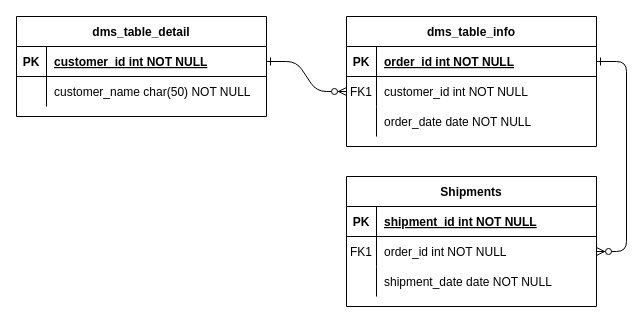
This is 未命名绘图.drawio from gzxwater/drawio, a draw.io file, before an edit. Source tidied: cells renumbered, new cells numbered last; positions are measured from the earlier drawing's top-left corner, leaving out a move shared by most shapes. Both pictures are drawn from the tidied source at 100%, with x=0, y=0 at pixel (16, 16).
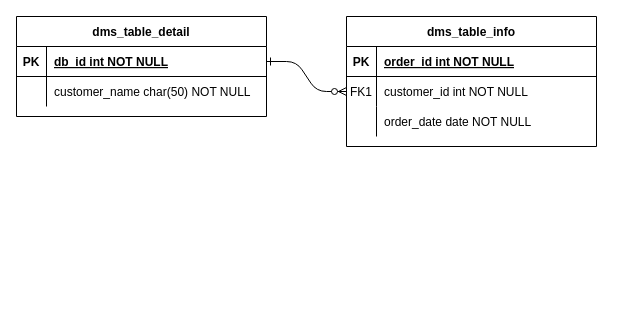
Above is the later version.

Commit message:
更新未命名绘图.drawio

The change refers to these unchanged cells:
```xml
<mxCell id="5" style="shape=partialRectangle;fillColor=none;points=[[0,0.5],[1,0.5]];portConstraint=eastwest;top=0;left=0;right=0;bottom=1;" parent="4" vertex="1">
  <mxGeometry y="30" width="250" height="30" as="geometry" />
</mxCell>
<mxCell id="25" style="shape=partialRectangle;fillColor=none;points=[[0,0.5],[1,0.5]];portConstraint=eastwest;top=0;left=0;right=0;bottom=1;" parent="24" vertex="1">
  <mxGeometry y="30" width="250" height="30" as="geometry" />
</mxCell>
```

Change to the diagram source:
```diff
@@
-    <mxCell id="3" style="edgeStyle=entityRelationEdgeStyle;endArrow=ERzeroToMany;startArrow=ERone;endFill=1;startFill=0;" parent="1" edge="1" source="5" target="18">
-      <mxGeometry relative="1" as="geometry" />
-    </mxCell>
@@
-    <mxCell id="14" value="Shipments" style="shape=table;startSize=30;childLayout=tableLayout;rowLines=0;fontStyle=1;align=center;" parent="1" vertex="1">
-      <mxGeometry x="330" y="160" width="250" height="130" as="geometry" />
-    </mxCell>
-    <mxCell id="15" style="shape=partialRectangle;fillColor=none;top=0;left=0;right=0;bottom=1;" parent="14" vertex="1">
-      <mxGeometry y="30" width="250" height="30" as="geometry" />
-    </mxCell>
-    <mxCell id="16" value="PK" style="shape=partialRectangle;overflow=hidden;fillColor=none;top=0;left=0;bottom=0;right=0;fontStyle=1;" parent="15" vertex="1">
-      <mxGeometry width="30" height="30" as="geometry" />
-    </mxCell>
-    <mxCell id="17" value="shipment_id int NOT NULL " style="shape=partialRectangle;overflow=hidden;fillColor=none;top=0;left=0;bottom=0;right=0;align=left;spacingLeft=6;fontStyle=5;" parent="15" vertex="1">
-      <mxGeometry x="30" width="220" height="30" as="geometry" />
-    </mxCell>
-    <mxCell id="18" style="shape=partialRectangle;fillColor=none;points=[[0,0.5],[1,0.5]];portConstraint=eastwest;top=0;left=0;right=0;bottom=0;" parent="14" vertex="1">
-      <mxGeometry y="60" width="250" height="30" as="geometry" />
-    </mxCell>
-    <mxCell id="19" value="FK1" style="shape=partialRectangle;overflow=hidden;fillColor=none;top=0;left=0;bottom=0;right=0;" parent="18" vertex="1">
-      <mxGeometry width="30" height="30" as="geometry" />
-    </mxCell>
-    <mxCell id="20" value="order_id int NOT NULL" style="shape=partialRectangle;overflow=hidden;fillColor=none;top=0;left=0;bottom=0;right=0;align=left;spacingLeft=6;" parent="18" vertex="1">
-      <mxGeometry x="30" width="220" height="30" as="geometry" />
-    </mxCell>
-    <mxCell id="21" style="shape=partialRectangle;fillColor=none;top=0;left=0;right=0;bottom=0;" parent="14" vertex="1">
-      <mxGeometry y="90" width="250" height="30" as="geometry" />
-    </mxCell>
-    <mxCell id="22" style="shape=partialRectangle;overflow=hidden;fillColor=none;top=0;left=0;bottom=0;right=0;" parent="21" vertex="1">
-      <mxGeometry width="30" height="30" as="geometry" />
-    </mxCell>
-    <mxCell id="23" value="shipment_date date NOT NULL" style="shape=partialRectangle;overflow=hidden;fillColor=none;top=0;left=0;bottom=0;right=0;align=left;spacingLeft=6;" parent="21" vertex="1">
-      <mxGeometry x="30" width="220" height="30" as="geometry" />
-    </mxCell>
@@
-    <mxCell id="27" value="customer_id int NOT NULL " style="shape=partialRectangle;overflow=hidden;fillColor=none;top=0;left=0;bottom=0;right=0;align=left;spacingLeft=6;fontStyle=5;" parent="25" vertex="1">
+    <mxCell id="27" value="db_id int NOT NULL " style="shape=partialRectangle;overflow=hidden;fillColor=none;top=0;left=0;bottom=0;right=0;align=left;spacingLeft=6;fontStyle=5;" parent="25" vertex="1">
       <mxGeometry x="30" width="220" height="30" as="geometry" />
     </mxCell>
```
